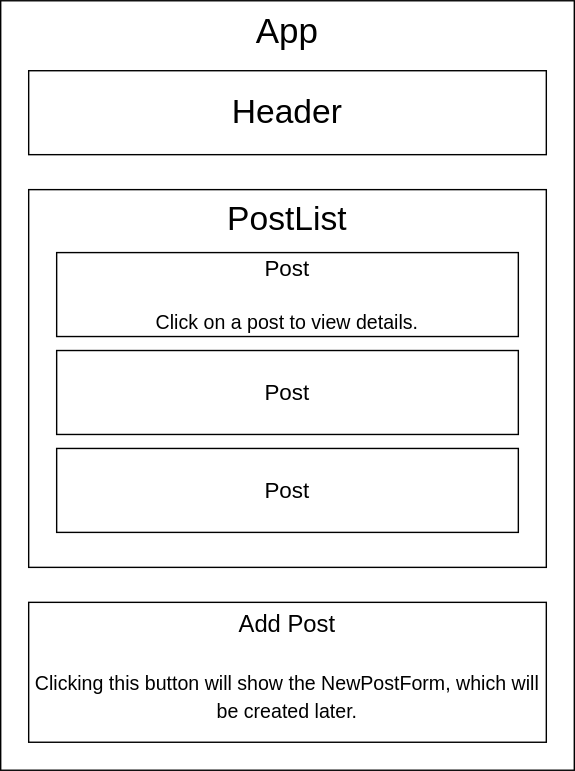
Earlier version of the draw.io export Forum_Diagram.drawio.svg (besure94/discussion-forum). Source tidied: cells renumbered, new cells last; positions are measured from the earlier drawing's top-left corner, leaving out a move shared by most shapes.
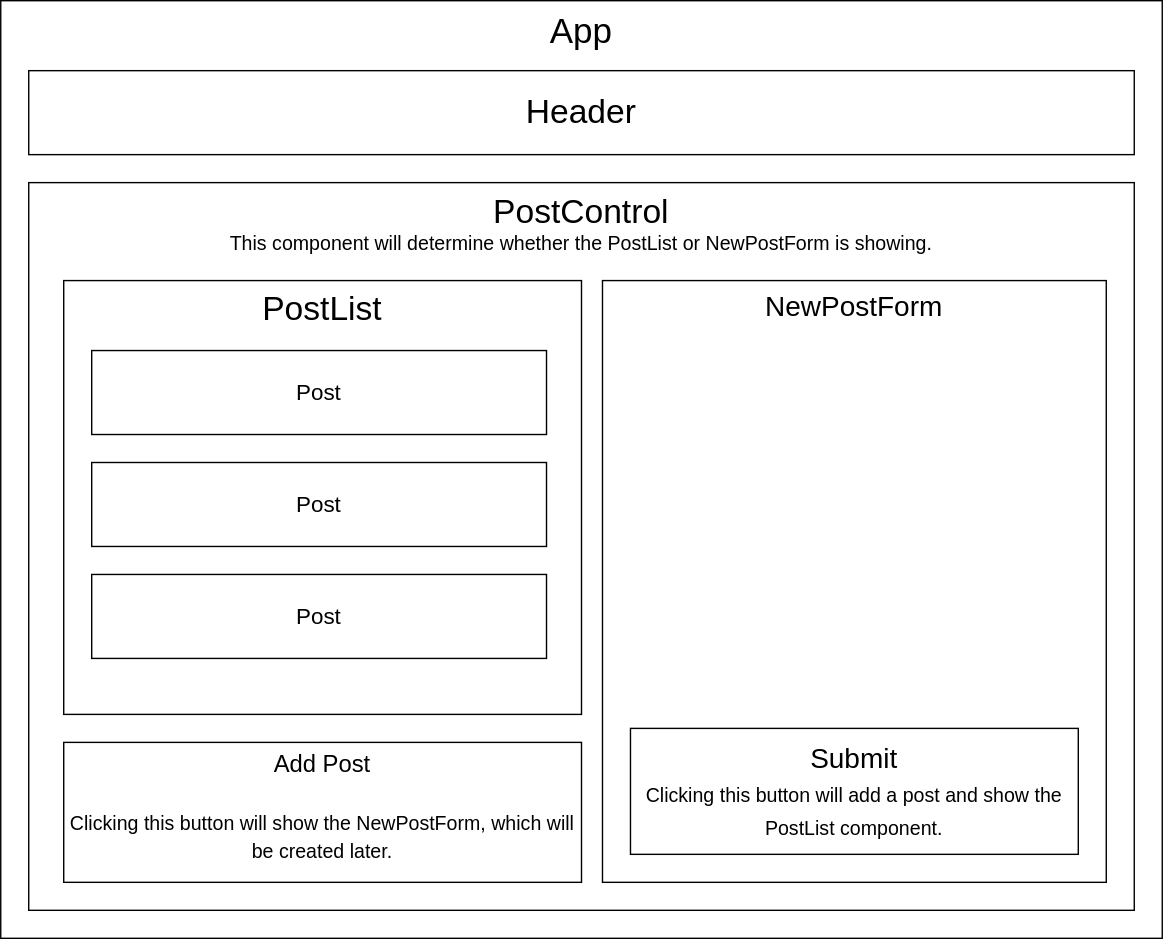
Later version of the same file.

Commit message:
Change formatting of a Post and update diagram to manage local state.

Change to the diagram source:
```diff
@@ -3,25 +3,37 @@
     <mxCell id="0" />
     <mxCell id="1" parent="0" />
     <mxCell id="2" value="&lt;font style=&quot;font-size: 25px;&quot;&gt;App&lt;/font&gt;" style="rounded=0;whiteSpace=wrap;html=1;verticalAlign=top;" parent="1" vertex="1">
-      <mxGeometry width="410" height="550" as="geometry" />
+      <mxGeometry width="830" height="670" as="geometry" />
     </mxCell>
     <mxCell id="3" value="&lt;font style=&quot;font-size: 24px;&quot;&gt;Header&lt;/font&gt;" style="rounded=0;whiteSpace=wrap;html=1;" parent="1" vertex="1">
-      <mxGeometry x="20" y="50" width="370" height="60" as="geometry" />
+      <mxGeometry x="20" y="50" width="790" height="60" as="geometry" />
     </mxCell>
+    <mxCell id="5" value="Post&lt;br&gt;&lt;br&gt;&lt;font style=&quot;font-size: 14px;&quot;&gt;Click on a post to view details.&lt;/font&gt;" style="rounded=0;whiteSpace=wrap;html=1;fontSize=16;" parent="1" vertex="1">
+      <mxGeometry x="40" y="150" width="330" height="60" as="geometry" />
+    </mxCell>
+    <mxCell id="9" value="&lt;font style=&quot;&quot;&gt;&lt;span style=&quot;font-size: 24px;&quot;&gt;PostControl&lt;/span&gt;&lt;br&gt;&lt;font style=&quot;font-size: 14px;&quot;&gt;This component will determine whether the PostList or NewPostForm is showing.&lt;/font&gt;&lt;br&gt;&lt;/font&gt;" style="rounded=0;whiteSpace=wrap;html=1;fontSize=14;verticalAlign=top;" parent="1" vertex="1">
+      <mxGeometry x="20" y="130" width="790" height="520" as="geometry" />
+    </mxCell>
     <mxCell id="4" value="PostList" style="rounded=0;whiteSpace=wrap;html=1;fontSize=24;verticalAlign=top;" parent="1" vertex="1">
-      <mxGeometry x="20" y="135" width="370" height="270" as="geometry" />
+      <mxGeometry x="45" y="200" width="370" height="310" as="geometry" />
     </mxCell>
-    <mxCell id="5" value="Post&lt;br&gt;&lt;br&gt;&lt;font style=&quot;font-size: 14px;&quot;&gt;Click on a post to view details.&lt;/font&gt;" style="rounded=0;whiteSpace=wrap;html=1;fontSize=16;" parent="1" vertex="1">
-      <mxGeometry x="40" y="180" width="330" height="60" as="geometry" />
-    </mxCell>
+    <mxCell id="8" value="Add Post&lt;br&gt;&lt;br&gt;&lt;font style=&quot;font-size: 14px;&quot;&gt;Clicking this button will show the NewPostForm, which will be created later.&lt;/font&gt;" style="rounded=0;whiteSpace=wrap;html=1;fontSize=17;verticalAlign=top;" parent="1" vertex="1">
+      <mxGeometry x="45" y="530" width="370" height="100" as="geometry" />
+    </mxCell>
     <mxCell id="6" value="Post" style="rounded=0;whiteSpace=wrap;html=1;fontSize=16;" parent="1" vertex="1">
-      <mxGeometry x="40" y="250" width="330" height="60" as="geometry" />
+      <mxGeometry x="65" y="250" width="325" height="60" as="geometry" />
     </mxCell>
     <mxCell id="7" value="Post" style="rounded=0;whiteSpace=wrap;html=1;fontSize=16;" parent="1" vertex="1">
-      <mxGeometry x="40" y="320" width="330" height="60" as="geometry" />
+      <mxGeometry x="65" y="330" width="325" height="60" as="geometry" />
     </mxCell>
-    <mxCell id="8" value="Add Post&lt;br&gt;&lt;br&gt;&lt;font style=&quot;font-size: 14px;&quot;&gt;Clicking this button will show the NewPostForm, which will be created later.&lt;/font&gt;" style="rounded=0;whiteSpace=wrap;html=1;fontSize=17;verticalAlign=top;" parent="1" vertex="1">
-      <mxGeometry x="20" y="430" width="370" height="100" as="geometry" />
-    </mxCell>
+    <mxCell id="10" value="&lt;font style=&quot;font-size: 16px;&quot;&gt;Post&lt;/font&gt;" style="rounded=0;whiteSpace=wrap;html=1;fontSize=14;" parent="1" vertex="1">
+      <mxGeometry x="65" y="410" width="325" height="60" as="geometry" />
+    </mxCell>
+    <mxCell id="11" value="&lt;font style=&quot;font-size: 20px;&quot;&gt;NewPostForm&lt;/font&gt;" style="rounded=0;whiteSpace=wrap;html=1;fontSize=14;verticalAlign=top;" parent="1" vertex="1">
+      <mxGeometry x="430" y="200" width="360" height="430" as="geometry" />
+    </mxCell>
+    <mxCell id="12" value="Submit&lt;br&gt;&lt;font style=&quot;font-size: 14px;&quot;&gt;Clicking this button will add a post and show the PostList component.&lt;/font&gt;" style="rounded=0;whiteSpace=wrap;html=1;fontSize=20;" parent="1" vertex="1">
+      <mxGeometry x="450" y="520" width="320" height="90" as="geometry" />
+    </mxCell>
   </root>
 </mxGraphModel>
```
